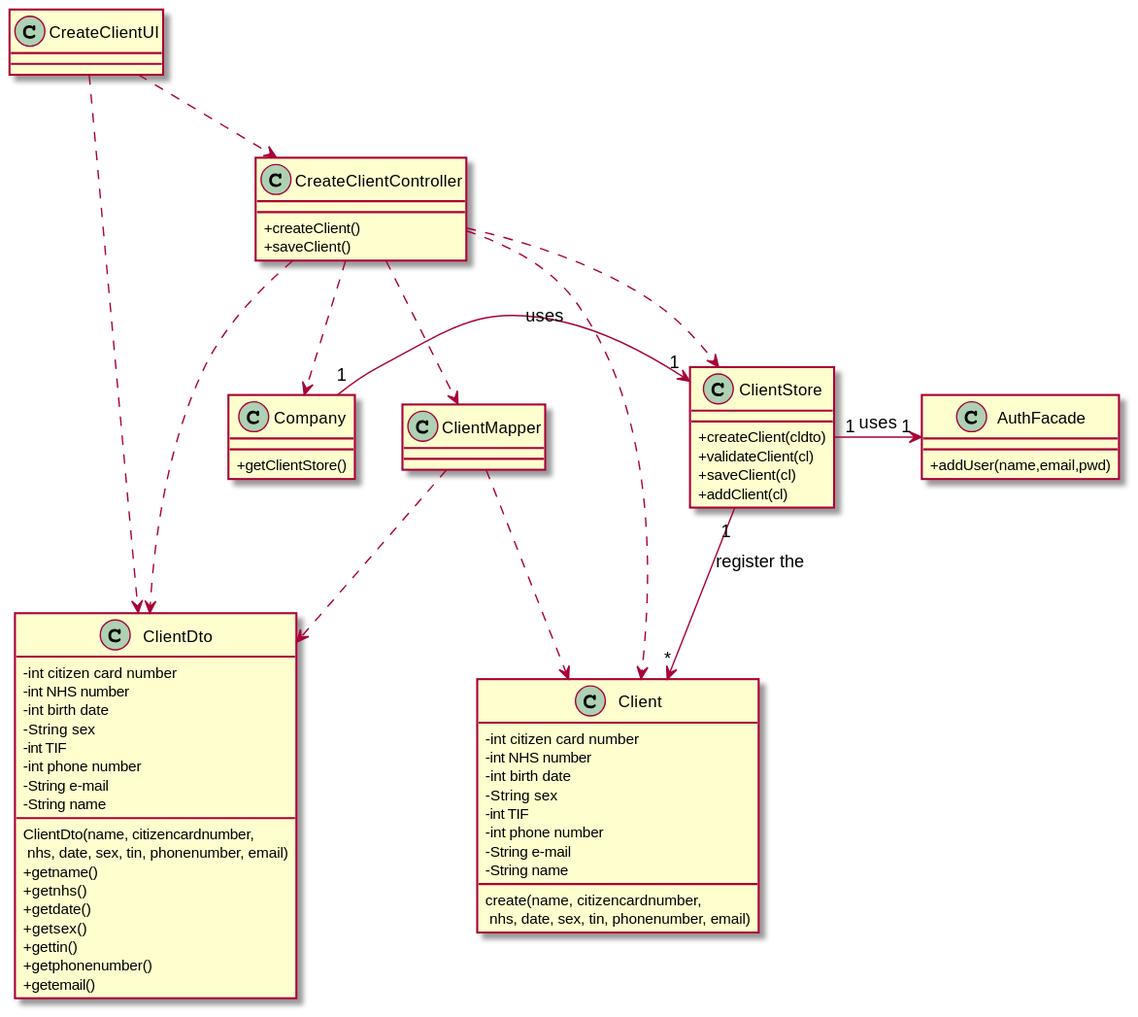
Above: docs/SprintC/SprintB/US03/US3_CD.svg in manu-07-ela/LAPR2_ISEP (PlantUML), before the change. The source it was exported from:
```plantuml
@startuml
skinparam classAttributeIconSize 0

class CreateClientUI {

}

class Client {
  -int citizen card number
  -int NHS number
  -int birth date
  -String sex
  -int TIF
  -int phone number
  -String e-mail
  -String name
  create(name, citizencardnumber,\n nhs, date, sex, tin, phonenumber, email)
}

class ClientStore {
  +createClient(cldto)
  +validateClient(cl)
  +saveClient(cl)
  +addClient(cl)
}

class ClientDto {
  -int citizen card number
  -int NHS number
  -int birth date
  -String sex
  -int TIF
  -int phone number
  -String e-mail
  -String name
  ClientDto(name, citizencardnumber,\n nhs, date, sex, tin, phonenumber, email)
  +getname()
  +getnhs()
  +getdate()
  +getsex()
  +gettin()
  +getphonenumber()
  +getemail()
}

class ClientMapper {

}

class Company {
  +getClientStore()
}


class CreateClientController {
  +createClient()
  +saveClient()
}

class AuthFacade {
  +addUser(name,email,pwd)
}



CreateClientUI ..> CreateClientController
CreateClientUI ..> ClientDto
CreateClientController ..> Company
CreateClientController ..> ClientDto
CreateClientController ..> ClientMapper
CreateClientController ..> Client
CreateClientController ..> ClientStore
ClientMapper ..> ClientDto
ClientMapper ..> Client
ClientStore "1" -> "*" Client : register the
ClientStore "1" -> "1" AuthFacade : uses
Company "1" -> "1" ClientStore : uses



@enduml
```
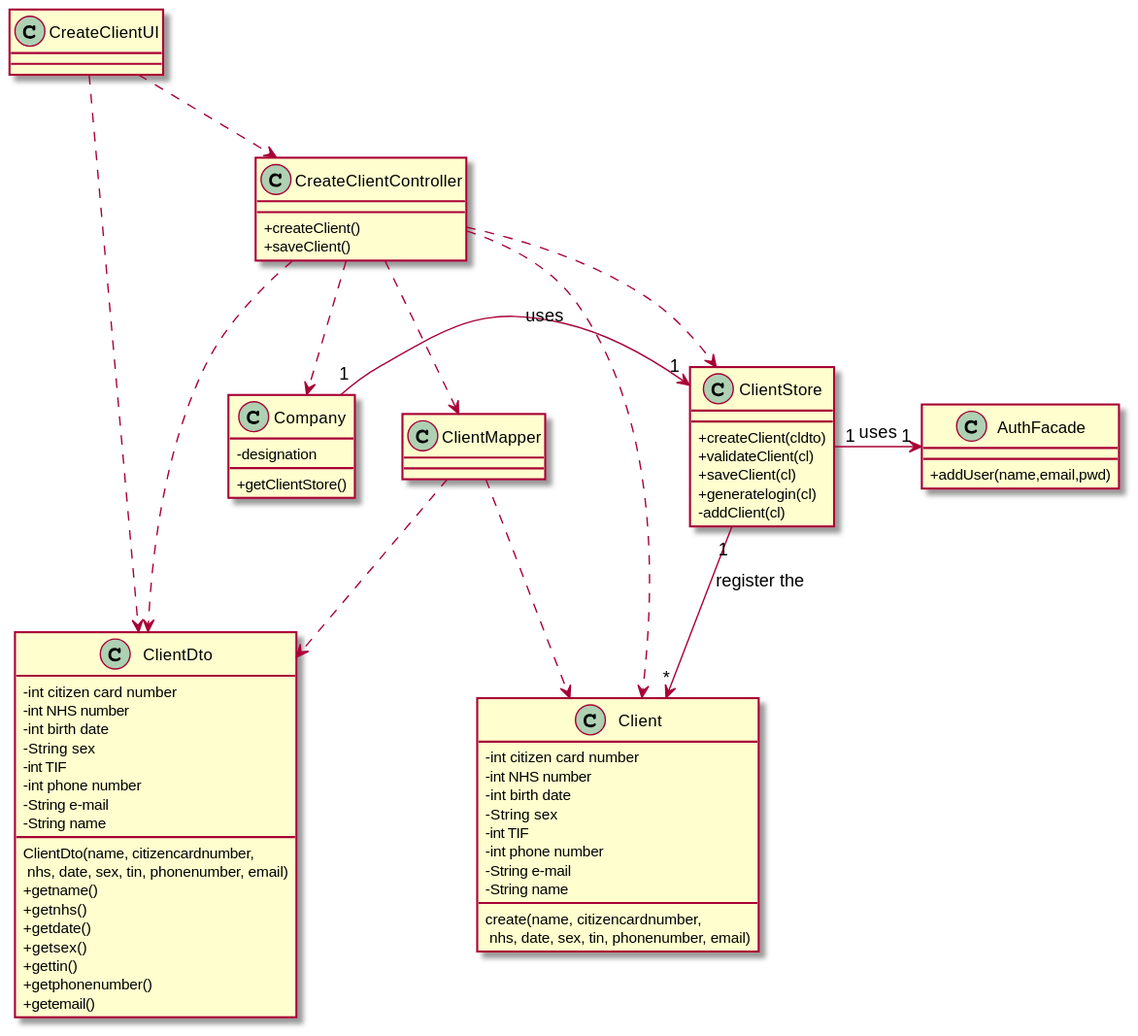
The same file after the commit.

Diff of the diagram source:
```diff
@@ -21,7 +21,8 @@
   +createClient(cldto)
   +validateClient(cl)
   +saveClient(cl)
-  +addClient(cl)
+  +generatelogin(cl)
+  -addClient(cl)
 }
 
 class ClientDto {
@@ -48,6 +49,7 @@
 }
 
 class Company {
+  -designation
   +getClientStore()
 }
 
```
